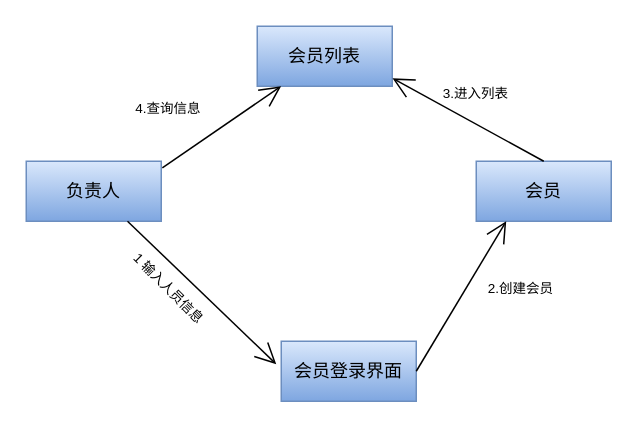
Earlier version of the draw.io diagram 通讯图1.drawio (youjizi/images). Source tidied: cells renumbered, new cells numbered last; positions are measured from the earlier drawing's top-left corner, leaving out a move shared by most shapes. Both pictures are drawn from the tidied source at 150%, with x=0, y=0 at pixel (26, 26).
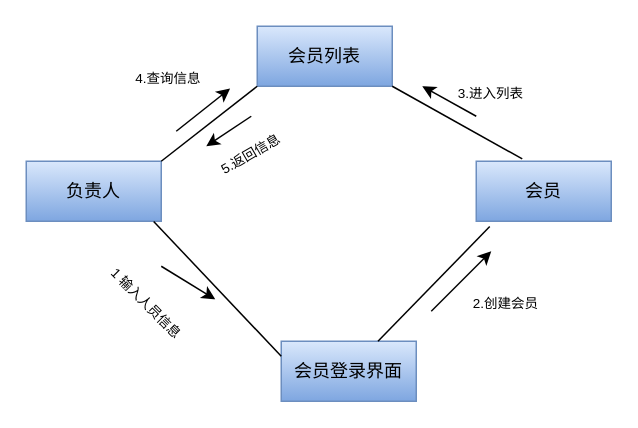
Above is the later version.

Commit message:
更新通讯图1.drawio

The change refers to these unchanged cells:
```xml
<mxCell id="2" value="负责人" style="html=1;whiteSpace=wrap;fillColor=#dae8fc;strokeColor=#6c8ebf;gradientColor=#7ea6e0;" parent="1" vertex="1">
  <mxGeometry y="90" width="90" height="40" as="geometry" />
</mxCell>
<mxCell id="3" value="会员登录界面" style="html=1;whiteSpace=wrap;fillColor=#dae8fc;strokeColor=#6c8ebf;gradientColor=#7ea6e0;" parent="1" vertex="1">
  <mxGeometry x="170" y="210" width="90" height="40" as="geometry" />
</mxCell>
<mxCell id="4" value="会员" style="html=1;whiteSpace=wrap;fillColor=#dae8fc;strokeColor=#6c8ebf;gradientColor=#7ea6e0;" parent="1" vertex="1">
  <mxGeometry x="300" y="90" width="90" height="40" as="geometry" />
</mxCell>
<mxCell id="5" value="会员列表" style="html=1;whiteSpace=wrap;fillColor=#dae8fc;strokeColor=#6c8ebf;gradientColor=#7ea6e0;" parent="1" vertex="1">
  <mxGeometry x="154" width="90" height="40" as="geometry" />
</mxCell>
```

The edit, as a diff of the source:
```diff
@@
     <mxCell id="6" value="1 输入人员信息" style="text;align=center;verticalAlign=middle;strokeColor=none;fillColor=none;fontSize=9;rotation=45;" parent="1" vertex="1">
-      <mxGeometry x="40" y="160" width="110" height="30" as="geometry" />
+      <mxGeometry x="25" y="170" width="110" height="30" as="geometry" />
     </mxCell>
     <mxCell id="7" value="2.创建会员" style="text;align=center;verticalAlign=middle;strokeColor=none;fillColor=none;fontSize=9;" parent="1" vertex="1">
-      <mxGeometry x="290" y="160" width="80" height="30" as="geometry" />
+      <mxGeometry x="280" y="170" width="80" height="30" as="geometry" />
     </mxCell>
+    <mxCell id="11" value="3.进入列表" style="text;align=center;verticalAlign=middle;strokeColor=none;fillColor=none;fontSize=9;" parent="1" vertex="1">
+      <mxGeometry x="270" y="30" width="80" height="30" as="geometry" />
+    </mxCell>
+    <mxCell id="13" value="4.查询信息" style="text;align=center;verticalAlign=middle;points=[];strokeColor=none;fillColor=none;fontSize=9;" parent="1" vertex="1">
+      <mxGeometry x="55" y="20" width="80" height="30" as="geometry" />
+    </mxCell>
+    <mxCell id="12" style="endArrow=none;html=1;rounded=0;exitX=1;exitY=0;exitDx=0;exitDy=0;entryX=0;entryY=1;entryDx=0;entryDy=0;" parent="1" edge="1" source="2" target="5">
+      <mxGeometry relative="1" as="geometry" />
+    </mxCell>
+    <mxCell id="14" style="endArrow=classic;html=1;rounded=0;entryX=1.011;entryY=0.719;entryDx=0;entryDy=0;entryPerimeter=0;" parent="1" edge="1" target="13">
+      <mxGeometry relative="1" as="geometry">
+        <mxPoint x="100" y="70" as="sourcePoint" />
+      </mxGeometry>
+    </mxCell>
+    <mxCell id="15" style="endArrow=classic;html=1;rounded=0;" parent="1" edge="1">
+      <mxGeometry relative="1" as="geometry">
+        <mxPoint x="150" y="60" as="sourcePoint" />
+        <mxPoint x="120" y="80" as="targetPoint" />
+      </mxGeometry>
+    </mxCell>
+    <mxCell id="16" value="5.返回信息" style="text;align=center;verticalAlign=middle;strokeColor=none;fillColor=none;fontSize=9;rotation=-30;" parent="1" vertex="1">
+      <mxGeometry x="110" y="70" width="80" height="30" as="geometry" />
+    </mxCell>
-    <mxCell id="8" style="endArrow=open;endFill=1;endSize=12;html=1;rounded=0;exitX=0.75;exitY=1;exitDx=0;exitDy=0;entryX=-0.037;entryY=0.382;entryDx=0;entryDy=0;entryPerimeter=0;" parent="1" edge="1" source="2" target="3">
+    <mxCell id="8" style="endArrow=none;html=1;rounded=0;exitX=0.944;exitY=1.004;exitDx=0;exitDy=0;exitPerimeter=0;entryX=0;entryY=0.25;entryDx=0;entryDy=0;" parent="1" edge="1" source="2" target="3">
       <mxGeometry relative="1" as="geometry" />
     </mxCell>
+    <mxCell id="17" style="endArrow=classic;html=1;rounded=0;entryX=1.011;entryY=0.719;entryDx=0;entryDy=0;entryPerimeter=0;" parent="1" edge="1">
+      <mxGeometry relative="1" as="geometry">
+        <mxPoint x="90" y="160" as="sourcePoint" />
+        <mxPoint x="126" y="182" as="targetPoint" />
+      </mxGeometry>
+    </mxCell>
-    <mxCell id="9" style="endArrow=open;endFill=1;endSize=12;html=1;rounded=0;exitX=1;exitY=0.5;exitDx=0;exitDy=0;entryX=0.222;entryY=1;entryDx=0;entryDy=0;entryPerimeter=0;" parent="1" edge="1" source="3" target="4">
+    <mxCell id="9" style="endArrow=none;html=1;rounded=0;entryX=0.1;entryY=1.089;entryDx=0;entryDy=0;entryPerimeter=0;" parent="1" edge="1" source="3" target="4">
       <mxGeometry relative="1" as="geometry" />
     </mxCell>
+    <mxCell id="18" style="endArrow=classic;html=1;rounded=0;" parent="1" edge="1">
+      <mxGeometry relative="1" as="geometry">
+        <mxPoint x="270" y="190" as="sourcePoint" />
+        <mxPoint x="310" y="150" as="targetPoint" />
+      </mxGeometry>
+    </mxCell>
-    <mxCell id="10" style="endArrow=open;endFill=1;endSize=12;html=1;rounded=0;entryX=1.002;entryY=0.868;entryDx=0;entryDy=0;entryPerimeter=0;exitX=0.5;exitY=0;exitDx=0;exitDy=0;" parent="1" edge="1" source="4" target="5">
+    <mxCell id="10" style="endArrow=none;html=1;rounded=0;entryX=1;entryY=1;entryDx=0;entryDy=0;exitX=0.341;exitY=-0.039;exitDx=0;exitDy=0;exitPerimeter=0;" parent="1" edge="1" source="4" target="5">
       <mxGeometry relative="1" as="geometry" />
     </mxCell>
-    <mxCell id="11" value="3.进入列表" style="text;align=center;verticalAlign=middle;strokeColor=none;fillColor=none;fontSize=9;" parent="1" vertex="1">
-      <mxGeometry x="260" y="30" width="80" height="30" as="geometry" />
-    </mxCell>
-    <mxCell id="12" style="endArrow=open;endFill=1;endSize=12;html=1;rounded=0;exitX=1.008;exitY=0.111;exitDx=0;exitDy=0;exitPerimeter=0;" parent="1" edge="1" source="2" target="5">
-      <mxGeometry relative="1" as="geometry" />
-    </mxCell>
-    <mxCell id="13" value="4.查询信息" style="text;align=center;verticalAlign=middle;points=[];strokeColor=none;fillColor=none;fontSize=9;" parent="1" vertex="1">
-      <mxGeometry x="55" y="40" width="80" height="30" as="geometry" />
-    </mxCell>
+    <mxCell id="19" style="endArrow=classic;html=1;rounded=0;" parent="1" edge="1">
+      <mxGeometry relative="1" as="geometry">
+        <mxPoint x="300" y="60" as="sourcePoint" />
+        <mxPoint x="264" y="40" as="targetPoint" />
+      </mxGeometry>
+    </mxCell>
```
